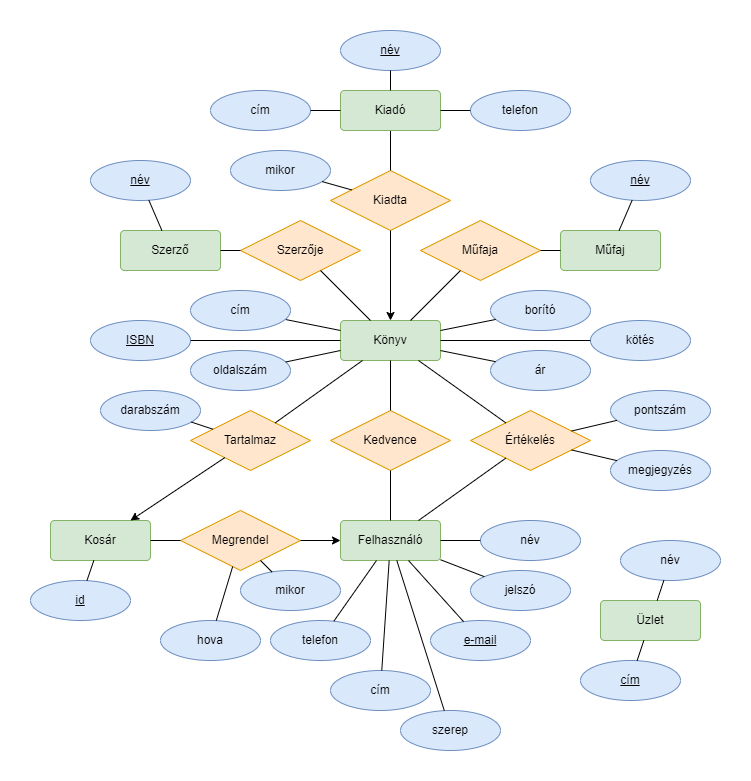
keresztpapa/adatBalapu keeps this draw.io diagram as EK_1_2.png. Above is the earlier version. Source tidied: cells renumbered, new cells last; positions are measured from the earlier drawing's top-left corner, leaving out a move shared by most shapes. Source of this version:
```xml
<mxGraphModel>
  <root>
    <mxCell id="0" />
    <mxCell id="1" parent="0" />
    <mxCell id="2" value="Könyv" style="rounded=1;arcSize=10;whiteSpace=wrap;html=1;align=center;fillColor=#d5e8d4;strokeColor=#82b366;" parent="1" vertex="1">
      <mxGeometry x="310" y="290" width="100" height="40" as="geometry" />
    </mxCell>
    <mxCell id="3" value="Felhasználó" style="rounded=1;arcSize=10;whiteSpace=wrap;html=1;align=center;fillColor=#d5e8d4;strokeColor=#82b366;" parent="1" vertex="1">
      <mxGeometry x="310" y="490" width="100" height="40" as="geometry" />
    </mxCell>
    <mxCell id="4" value="Tartalmaz" style="shape=rhombus;perimeter=rhombusPerimeter;whiteSpace=wrap;html=1;align=center;fillColor=#ffe6cc;strokeColor=#d79b00;" parent="1" vertex="1">
      <mxGeometry x="160" y="380" width="120" height="60" as="geometry" />
    </mxCell>
    <mxCell id="5" style="endArrow=none;html=1;rounded=0;" parent="1" edge="1" source="4" target="2">
      <mxGeometry relative="1" as="geometry" />
    </mxCell>
    <mxCell id="6" value="e-mail" style="ellipse;whiteSpace=wrap;html=1;align=center;fontStyle=4;fillColor=#dae8fc;strokeColor=#6c8ebf;" parent="1" vertex="1">
      <mxGeometry x="400" y="590" width="100" height="40" as="geometry" />
    </mxCell>
    <mxCell id="7" value="telefon" style="ellipse;whiteSpace=wrap;html=1;align=center;fillColor=#dae8fc;strokeColor=#6c8ebf;" parent="1" vertex="1">
      <mxGeometry x="240" y="590" width="100" height="40" as="geometry" />
    </mxCell>
    <mxCell id="8" value="név&lt;br&gt;" style="ellipse;whiteSpace=wrap;html=1;align=center;fillColor=#dae8fc;strokeColor=#6c8ebf;" parent="1" vertex="1">
      <mxGeometry x="450" y="490" width="100" height="40" as="geometry" />
    </mxCell>
    <mxCell id="9" value="cím" style="ellipse;whiteSpace=wrap;html=1;align=center;fillColor=#dae8fc;strokeColor=#6c8ebf;" parent="1" vertex="1">
      <mxGeometry x="300" y="640" width="100" height="40" as="geometry" />
    </mxCell>
    <mxCell id="10" value="jelszó" style="ellipse;whiteSpace=wrap;html=1;align=center;fillColor=#dae8fc;strokeColor=#6c8ebf;" parent="1" vertex="1">
      <mxGeometry x="440" y="540" width="100" height="40" as="geometry" />
    </mxCell>
    <mxCell id="11" style="endArrow=none;html=1;rounded=0;" parent="1" edge="1" source="7" target="3">
      <mxGeometry relative="1" as="geometry" />
    </mxCell>
    <mxCell id="12" style="endArrow=none;html=1;rounded=0;" parent="1" edge="1" source="9" target="3">
      <mxGeometry relative="1" as="geometry" />
    </mxCell>
    <mxCell id="13" style="endArrow=none;html=1;rounded=0;" parent="1" edge="1" source="8" target="3">
      <mxGeometry relative="1" as="geometry" />
    </mxCell>
    <mxCell id="14" style="endArrow=none;html=1;rounded=0;" parent="1" edge="1" source="10" target="3">
      <mxGeometry relative="1" as="geometry" />
    </mxCell>
    <mxCell id="15" style="endArrow=none;html=1;rounded=0;" parent="1" edge="1" source="6" target="3">
      <mxGeometry relative="1" as="geometry" />
    </mxCell>
    <mxCell id="16" style="endArrow=none;html=1;rounded=0;" parent="1" edge="1" source="43" target="2">
      <mxGeometry relative="1" as="geometry" />
    </mxCell>
    <mxCell id="17" value="borító" style="ellipse;whiteSpace=wrap;html=1;align=center;fillColor=#dae8fc;strokeColor=#6c8ebf;" parent="1" vertex="1">
      <mxGeometry x="460" y="260" width="100" height="40" as="geometry" />
    </mxCell>
    <mxCell id="18" value="Szerző" style="rounded=1;arcSize=10;whiteSpace=wrap;html=1;align=center;fillColor=#d5e8d4;strokeColor=#82b366;" parent="1" vertex="1">
      <mxGeometry x="90" y="200" width="100" height="40" as="geometry" />
    </mxCell>
    <mxCell id="19" value="darabszám" style="ellipse;whiteSpace=wrap;html=1;align=center;fillColor=#dae8fc;strokeColor=#6c8ebf;" parent="1" vertex="1">
      <mxGeometry x="70" y="360" width="100" height="40" as="geometry" />
    </mxCell>
    <mxCell id="20" style="endArrow=none;html=1;rounded=0;" parent="1" edge="1" source="19" target="4">
      <mxGeometry relative="1" as="geometry" />
    </mxCell>
    <mxCell id="21" style="endArrow=none;html=1;rounded=0;" parent="1" edge="1" source="17" target="2">
      <mxGeometry relative="1" as="geometry" />
    </mxCell>
    <mxCell id="22" value="Szerzője" style="shape=rhombus;perimeter=rhombusPerimeter;whiteSpace=wrap;html=1;align=center;fillColor=#ffe6cc;strokeColor=#d79b00;" parent="1" vertex="1">
      <mxGeometry x="210" y="190" width="120" height="60" as="geometry" />
    </mxCell>
    <mxCell id="23" style="endArrow=none;html=1;rounded=0;" parent="1" edge="1" source="18" target="22">
      <mxGeometry relative="1" as="geometry" />
    </mxCell>
    <mxCell id="24" style="endArrow=none;html=1;rounded=0;" parent="1" edge="1" source="22" target="2">
      <mxGeometry relative="1" as="geometry" />
    </mxCell>
    <mxCell id="25" value="név" style="ellipse;whiteSpace=wrap;html=1;align=center;fontStyle=4;fillColor=#dae8fc;strokeColor=#6c8ebf;" parent="1" vertex="1">
      <mxGeometry x="60" y="130" width="100" height="40" as="geometry" />
    </mxCell>
    <mxCell id="26" value="Műfaja" style="shape=rhombus;perimeter=rhombusPerimeter;whiteSpace=wrap;html=1;align=center;fillColor=#ffe6cc;strokeColor=#d79b00;" parent="1" vertex="1">
      <mxGeometry x="390" y="190" width="120" height="60" as="geometry" />
    </mxCell>
    <mxCell id="27" style="endArrow=none;html=1;rounded=0;" parent="1" edge="1" source="18" target="25">
      <mxGeometry relative="1" as="geometry" />
    </mxCell>
    <mxCell id="28" style="endArrow=none;html=1;rounded=0;" parent="1" edge="1" source="26" target="2">
      <mxGeometry relative="1" as="geometry" />
    </mxCell>
    <mxCell id="29" value="Műfaj" style="rounded=1;arcSize=10;whiteSpace=wrap;html=1;align=center;fillColor=#d5e8d4;strokeColor=#82b366;" parent="1" vertex="1">
      <mxGeometry x="530" y="200" width="100" height="40" as="geometry" />
    </mxCell>
    <mxCell id="30" style="endArrow=none;html=1;rounded=0;" parent="1" edge="1" source="29" target="26">
      <mxGeometry relative="1" as="geometry" />
    </mxCell>
    <mxCell id="31" value="név" style="ellipse;whiteSpace=wrap;html=1;align=center;fontStyle=4;fillColor=#dae8fc;strokeColor=#6c8ebf;" parent="1" vertex="1">
      <mxGeometry x="560" y="130" width="100" height="40" as="geometry" />
    </mxCell>
    <mxCell id="32" style="endArrow=none;html=1;rounded=0;" parent="1" edge="1" source="29" target="31">
      <mxGeometry relative="1" as="geometry" />
    </mxCell>
    <mxCell id="33" value="Kedvence" style="shape=rhombus;perimeter=rhombusPerimeter;whiteSpace=wrap;html=1;align=center;fillColor=#ffe6cc;strokeColor=#d79b00;" parent="1" vertex="1">
      <mxGeometry x="300" y="380" width="120" height="60" as="geometry" />
    </mxCell>
    <mxCell id="34" style="endArrow=none;html=1;rounded=0;" parent="1" edge="1" source="3" target="33">
      <mxGeometry relative="1" as="geometry" />
    </mxCell>
    <mxCell id="35" style="endArrow=none;html=1;rounded=0;" parent="1" edge="1" source="2" target="33">
      <mxGeometry relative="1" as="geometry" />
    </mxCell>
    <mxCell id="36" value="Értékelés" style="shape=rhombus;perimeter=rhombusPerimeter;whiteSpace=wrap;html=1;align=center;fillColor=#ffe6cc;strokeColor=#d79b00;" parent="1" vertex="1">
      <mxGeometry x="440" y="380" width="120" height="60" as="geometry" />
    </mxCell>
    <mxCell id="37" value="pontszám" style="ellipse;whiteSpace=wrap;html=1;align=center;fillColor=#dae8fc;strokeColor=#6c8ebf;" parent="1" vertex="1">
      <mxGeometry x="580" y="360" width="100" height="40" as="geometry" />
    </mxCell>
    <mxCell id="38" style="endArrow=none;html=1;rounded=0;" parent="1" edge="1" source="37" target="36">
      <mxGeometry relative="1" as="geometry" />
    </mxCell>
    <mxCell id="39" style="endArrow=none;html=1;rounded=0;" parent="1" edge="1" source="3" target="36">
      <mxGeometry relative="1" as="geometry" />
    </mxCell>
    <mxCell id="40" style="endArrow=none;html=1;rounded=0;" parent="1" edge="1" source="2" target="36">
      <mxGeometry relative="1" as="geometry" />
    </mxCell>
    <mxCell id="41" value="ár" style="ellipse;whiteSpace=wrap;html=1;align=center;fillColor=#dae8fc;strokeColor=#6c8ebf;" parent="1" vertex="1">
      <mxGeometry x="460" y="320" width="100" height="40" as="geometry" />
    </mxCell>
    <mxCell id="42" style="endArrow=none;html=1;rounded=0;" parent="1" edge="1" source="2" target="41">
      <mxGeometry relative="1" as="geometry" />
    </mxCell>
    <mxCell id="43" value="cím" style="ellipse;whiteSpace=wrap;html=1;align=center;fillColor=#dae8fc;strokeColor=#6c8ebf;" parent="1" vertex="1">
      <mxGeometry x="160" y="260" width="100" height="40" as="geometry" />
    </mxCell>
    <mxCell id="44" value="Kiadta" style="shape=rhombus;perimeter=rhombusPerimeter;whiteSpace=wrap;html=1;align=center;fillColor=#ffe6cc;strokeColor=#d79b00;" parent="1" vertex="1">
      <mxGeometry x="300" y="140" width="120" height="60" as="geometry" />
    </mxCell>
    <mxCell id="45" style="endArrow=classic;html=1;rounded=0;startArrow=none;startFill=0;endFill=1;" parent="1" edge="1" source="44" target="2">
      <mxGeometry relative="1" as="geometry" />
    </mxCell>
    <mxCell id="46" value="oldalszám" style="ellipse;whiteSpace=wrap;html=1;align=center;fillColor=#dae8fc;strokeColor=#6c8ebf;" parent="1" vertex="1">
      <mxGeometry x="160" y="320" width="100" height="40" as="geometry" />
    </mxCell>
    <mxCell id="47" style="endArrow=none;html=1;rounded=0;" parent="1" edge="1" source="46" target="2">
      <mxGeometry relative="1" as="geometry" />
    </mxCell>
    <mxCell id="48" style="endArrow=none;html=1;rounded=0;" parent="1" edge="1" source="49" target="44">
      <mxGeometry relative="1" as="geometry" />
    </mxCell>
    <mxCell id="49" value="Kiadó" style="rounded=1;arcSize=10;whiteSpace=wrap;html=1;align=center;fillColor=#d5e8d4;strokeColor=#82b366;" parent="1" vertex="1">
      <mxGeometry x="310" y="60" width="100" height="40" as="geometry" />
    </mxCell>
    <mxCell id="50" value="név" style="ellipse;whiteSpace=wrap;html=1;align=center;fontStyle=4;fillColor=#dae8fc;strokeColor=#6c8ebf;" parent="1" vertex="1">
      <mxGeometry x="310" width="100" height="40" as="geometry" />
    </mxCell>
    <mxCell id="51" value="telefon" style="ellipse;whiteSpace=wrap;html=1;align=center;fillColor=#dae8fc;strokeColor=#6c8ebf;" parent="1" vertex="1">
      <mxGeometry x="440" y="60" width="100" height="40" as="geometry" />
    </mxCell>
    <mxCell id="52" value="cím" style="ellipse;whiteSpace=wrap;html=1;align=center;fillColor=#dae8fc;strokeColor=#6c8ebf;" parent="1" vertex="1">
      <mxGeometry x="180" y="60" width="100" height="40" as="geometry" />
    </mxCell>
    <mxCell id="53" style="endArrow=none;html=1;rounded=0;" parent="1" edge="1" source="51" target="49">
      <mxGeometry relative="1" as="geometry" />
    </mxCell>
    <mxCell id="54" style="endArrow=none;html=1;rounded=0;" parent="1" edge="1" source="50" target="49">
      <mxGeometry relative="1" as="geometry" />
    </mxCell>
    <mxCell id="55" style="endArrow=none;html=1;rounded=0;" parent="1" edge="1" source="52" target="49">
      <mxGeometry relative="1" as="geometry" />
    </mxCell>
    <mxCell id="56" value="megjegyzés" style="ellipse;whiteSpace=wrap;html=1;align=center;fillColor=#dae8fc;strokeColor=#6c8ebf;" parent="1" vertex="1">
      <mxGeometry x="580" y="420" width="100" height="40" as="geometry" />
    </mxCell>
    <mxCell id="57" style="endArrow=none;html=1;rounded=0;" parent="1" edge="1" source="56" target="36">
      <mxGeometry relative="1" as="geometry" />
    </mxCell>
    <mxCell id="58" style="edgeStyle=orthogonalEdgeStyle;rounded=0;orthogonalLoop=1;jettySize=auto;html=1;exitX=0.5;exitY=1;exitDx=0;exitDy=0;" parent="1" edge="1" source="29" target="29">
      <mxGeometry relative="1" as="geometry" />
    </mxCell>
    <mxCell id="59" value="mikor" style="ellipse;whiteSpace=wrap;html=1;align=center;fillColor=#dae8fc;strokeColor=#6c8ebf;" parent="1" vertex="1">
      <mxGeometry x="200" y="120" width="100" height="40" as="geometry" />
    </mxCell>
    <mxCell id="60" style="endArrow=none;html=1;rounded=0;" parent="1" edge="1" source="59" target="44">
      <mxGeometry relative="1" as="geometry" />
    </mxCell>
    <mxCell id="61" value="&lt;u&gt;ISBN&lt;/u&gt;" style="ellipse;whiteSpace=wrap;html=1;align=center;fillColor=#dae8fc;strokeColor=#6c8ebf;" parent="1" vertex="1">
      <mxGeometry x="60" y="290" width="100" height="40" as="geometry" />
    </mxCell>
    <mxCell id="62" style="endArrow=none;html=1;rounded=0;" parent="1" edge="1" source="61" target="2">
      <mxGeometry relative="1" as="geometry" />
    </mxCell>
    <mxCell id="63" value="kötés" style="ellipse;whiteSpace=wrap;html=1;align=center;fillColor=#dae8fc;strokeColor=#6c8ebf;" parent="1" vertex="1">
      <mxGeometry x="560" y="290" width="100" height="40" as="geometry" />
    </mxCell>
    <mxCell id="64" style="endArrow=none;html=1;rounded=0;" parent="1" edge="1" source="2" target="63">
      <mxGeometry relative="1" as="geometry" />
    </mxCell>
    <mxCell id="65" value="szerep" style="ellipse;whiteSpace=wrap;html=1;align=center;fillColor=#dae8fc;strokeColor=#6c8ebf;" parent="1" vertex="1">
      <mxGeometry x="370" y="680" width="100" height="40" as="geometry" />
    </mxCell>
    <mxCell id="66" style="endArrow=none;html=1;rounded=0;" parent="1" edge="1" source="65" target="3">
      <mxGeometry relative="1" as="geometry" />
    </mxCell>
    <mxCell id="67" value="Megrendel" style="shape=rhombus;perimeter=rhombusPerimeter;whiteSpace=wrap;html=1;align=center;fillColor=#ffe6cc;strokeColor=#d79b00;" parent="1" vertex="1">
      <mxGeometry x="150" y="480" width="120" height="60" as="geometry" />
    </mxCell>
    <mxCell id="68" style="endArrow=classic;html=1;rounded=0;endFill=1;" parent="1" edge="1" source="67" target="3">
      <mxGeometry relative="1" as="geometry" />
    </mxCell>
    <mxCell id="69" value="Kosár" style="rounded=1;arcSize=10;whiteSpace=wrap;html=1;align=center;fillColor=#d5e8d4;strokeColor=#82b366;" parent="1" vertex="1">
      <mxGeometry x="20" y="490" width="100" height="40" as="geometry" />
    </mxCell>
    <mxCell id="70" style="endArrow=none;html=1;rounded=0;startArrow=classic;startFill=1;" parent="1" edge="1" source="69" target="4">
      <mxGeometry relative="1" as="geometry" />
    </mxCell>
    <mxCell id="71" style="endArrow=none;html=1;rounded=0;" parent="1" edge="1" source="69" target="67">
      <mxGeometry relative="1" as="geometry" />
    </mxCell>
    <mxCell id="72" value="&lt;u&gt;id&lt;/u&gt;" style="ellipse;whiteSpace=wrap;html=1;align=center;fillColor=#dae8fc;strokeColor=#6c8ebf;" parent="1" vertex="1">
      <mxGeometry y="550" width="100" height="40" as="geometry" />
    </mxCell>
    <mxCell id="73" style="endArrow=none;html=1;rounded=0;" parent="1" edge="1" source="72" target="69">
      <mxGeometry relative="1" as="geometry" />
    </mxCell>
    <mxCell id="74" value="hova" style="ellipse;whiteSpace=wrap;html=1;align=center;fillColor=#dae8fc;strokeColor=#6c8ebf;" parent="1" vertex="1">
      <mxGeometry x="130" y="590" width="100" height="40" as="geometry" />
    </mxCell>
    <mxCell id="75" value="mikor" style="ellipse;whiteSpace=wrap;html=1;align=center;fillColor=#dae8fc;strokeColor=#6c8ebf;" parent="1" vertex="1">
      <mxGeometry x="210" y="540" width="100" height="40" as="geometry" />
    </mxCell>
    <mxCell id="76" style="endArrow=none;html=1;rounded=0;" parent="1" edge="1" source="74" target="67">
      <mxGeometry relative="1" as="geometry" />
    </mxCell>
    <mxCell id="77" style="endArrow=none;html=1;rounded=0;" parent="1" edge="1" source="75" target="67">
      <mxGeometry relative="1" as="geometry" />
    </mxCell>
    <mxCell id="78" style="edgeStyle=orthogonalEdgeStyle;rounded=0;orthogonalLoop=1;jettySize=auto;html=1;exitX=0.5;exitY=1;exitDx=0;exitDy=0;" parent="1" edge="1" source="31" target="31">
      <mxGeometry relative="1" as="geometry" />
    </mxCell>
    <mxCell id="79" value="Üzlet" style="rounded=1;arcSize=10;whiteSpace=wrap;html=1;align=center;fillColor=#d5e8d4;strokeColor=#82b366;" parent="1" vertex="1">
      <mxGeometry x="570" y="570" width="100" height="40" as="geometry" />
    </mxCell>
    <mxCell id="80" value="&lt;u&gt;cím&lt;/u&gt;" style="ellipse;whiteSpace=wrap;html=1;align=center;fillColor=#dae8fc;strokeColor=#6c8ebf;" parent="1" vertex="1">
      <mxGeometry x="550" y="630" width="100" height="40" as="geometry" />
    </mxCell>
    <mxCell id="81" value="név" style="ellipse;whiteSpace=wrap;html=1;align=center;fillColor=#dae8fc;strokeColor=#6c8ebf;" parent="1" vertex="1">
      <mxGeometry x="590" y="510" width="100" height="40" as="geometry" />
    </mxCell>
    <mxCell id="82" style="endArrow=none;html=1;rounded=0;" parent="1" edge="1" source="79" target="81">
      <mxGeometry relative="1" as="geometry" />
    </mxCell>
    <mxCell id="83" style="endArrow=none;html=1;rounded=0;" parent="1" edge="1" source="79" target="80">
      <mxGeometry relative="1" as="geometry" />
    </mxCell>
  </root>
</mxGraphModel>
```
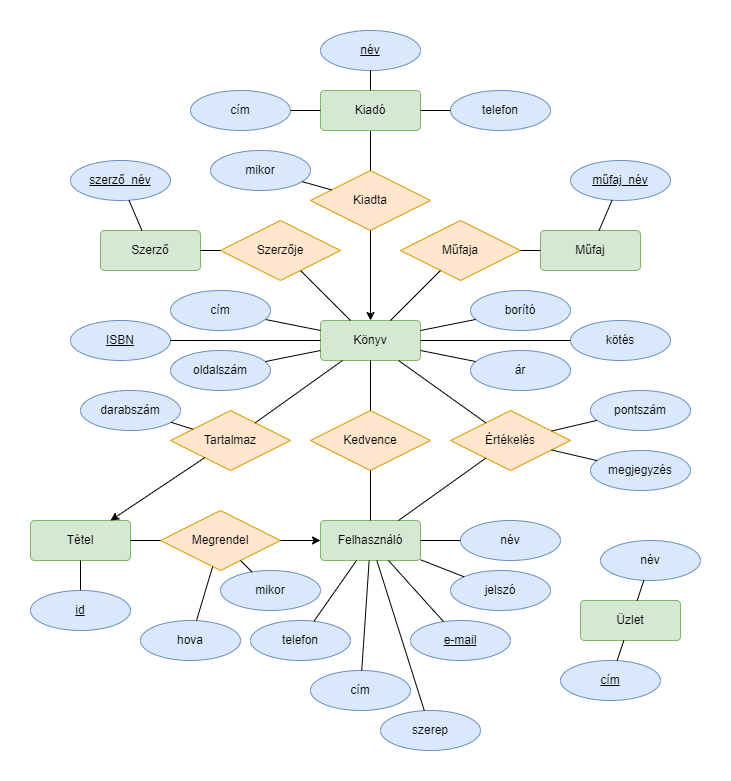
The same diagram one commit later.

Change to the diagram source:
```diff
@@ -71,7 +71,7 @@
     <mxCell id="24" style="endArrow=none;html=1;rounded=0;" parent="1" edge="1" source="22" target="2">
       <mxGeometry relative="1" as="geometry" />
     </mxCell>
-    <mxCell id="25" value="név" style="ellipse;whiteSpace=wrap;html=1;align=center;fontStyle=4;fillColor=#dae8fc;strokeColor=#6c8ebf;" parent="1" vertex="1">
+    <mxCell id="25" value="szerző_név" style="ellipse;whiteSpace=wrap;html=1;align=center;fontStyle=4;fillColor=#dae8fc;strokeColor=#6c8ebf;" parent="1" vertex="1">
       <mxGeometry x="60" y="130" width="100" height="40" as="geometry" />
     </mxCell>
     <mxCell id="26" value="Műfaja" style="shape=rhombus;perimeter=rhombusPerimeter;whiteSpace=wrap;html=1;align=center;fillColor=#ffe6cc;strokeColor=#d79b00;" parent="1" vertex="1">
@@ -89,7 +89,7 @@
     <mxCell id="30" style="endArrow=none;html=1;rounded=0;" parent="1" edge="1" source="29" target="26">
       <mxGeometry relative="1" as="geometry" />
     </mxCell>
-    <mxCell id="31" value="név" style="ellipse;whiteSpace=wrap;html=1;align=center;fontStyle=4;fillColor=#dae8fc;strokeColor=#6c8ebf;" parent="1" vertex="1">
+    <mxCell id="31" value="műfaj_név" style="ellipse;whiteSpace=wrap;html=1;align=center;fontStyle=4;fillColor=#dae8fc;strokeColor=#6c8ebf;" parent="1" vertex="1">
       <mxGeometry x="560" y="130" width="100" height="40" as="geometry" />
     </mxCell>
     <mxCell id="32" style="endArrow=none;html=1;rounded=0;" parent="1" edge="1" source="29" target="31">
@@ -203,7 +203,7 @@
     <mxCell id="68" style="endArrow=classic;html=1;rounded=0;endFill=1;" parent="1" edge="1" source="67" target="3">
       <mxGeometry relative="1" as="geometry" />
     </mxCell>
-    <mxCell id="69" value="Kosár" style="rounded=1;arcSize=10;whiteSpace=wrap;html=1;align=center;fillColor=#d5e8d4;strokeColor=#82b366;" parent="1" vertex="1">
+    <mxCell id="69" value="Tétel" style="rounded=1;arcSize=10;whiteSpace=wrap;html=1;align=center;fillColor=#d5e8d4;strokeColor=#82b366;" parent="1" vertex="1">
       <mxGeometry x="20" y="490" width="100" height="40" as="geometry" />
     </mxCell>
     <mxCell id="70" style="endArrow=none;html=1;rounded=0;startArrow=classic;startFill=1;" parent="1" edge="1" source="69" target="4">
@@ -212,12 +212,6 @@
     <mxCell id="71" style="endArrow=none;html=1;rounded=0;" parent="1" edge="1" source="69" target="67">
       <mxGeometry relative="1" as="geometry" />
     </mxCell>
-    <mxCell id="72" value="&lt;u&gt;id&lt;/u&gt;" style="ellipse;whiteSpace=wrap;html=1;align=center;fillColor=#dae8fc;strokeColor=#6c8ebf;" parent="1" vertex="1">
-      <mxGeometry y="550" width="100" height="40" as="geometry" />
-    </mxCell>
-    <mxCell id="73" style="endArrow=none;html=1;rounded=0;" parent="1" edge="1" source="72" target="69">
-      <mxGeometry relative="1" as="geometry" />
-    </mxCell>
     <mxCell id="74" value="hova" style="ellipse;whiteSpace=wrap;html=1;align=center;fillColor=#dae8fc;strokeColor=#6c8ebf;" parent="1" vertex="1">
       <mxGeometry x="130" y="590" width="100" height="40" as="geometry" />
     </mxCell>
@@ -248,5 +242,11 @@
     <mxCell id="83" style="endArrow=none;html=1;rounded=0;" parent="1" edge="1" source="79" target="80">
       <mxGeometry relative="1" as="geometry" />
     </mxCell>
+    <mxCell id="73" style="edgeStyle=orthogonalEdgeStyle;rounded=0;jettySize=auto;html=1;endArrow=none;endFill=0;" parent="1" edge="1" source="72" target="69">
+      <mxGeometry relative="1" as="geometry" />
+    </mxCell>
+    <mxCell id="72" value="&lt;u&gt;id&lt;/u&gt;" style="ellipse;whiteSpace=wrap;html=1;align=center;fillColor=#dae8fc;strokeColor=#6c8ebf;" parent="1" vertex="1">
+      <mxGeometry x="20" y="560" width="100" height="40" as="geometry" />
+    </mxCell>
   </root>
 </mxGraphModel>
```
